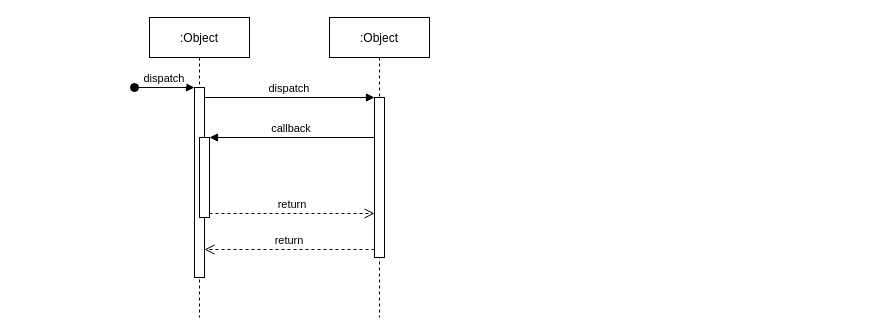
Above: Untitled Diagram.drawio in manju956/trusted-compute-framework (draw.io), before the change. Source tidied: cells renumbered, new cells numbered last; positions are measured from the earlier drawing's top-left corner, leaving out a move shared by most shapes. Both pictures are drawn from the tidied source at 100%, with x=0, y=0 at pixel (134, 17).
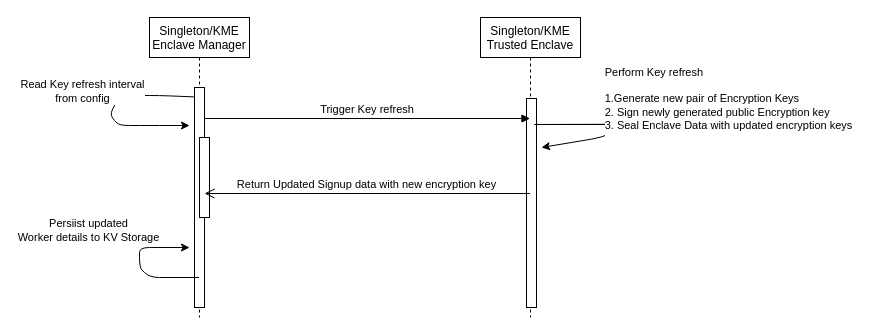
The same diagram, later.

Commit message:
Sequence diagram for key refresh

The change refers to these unchanged cells:
```xml
<mxCell id="5" style="points=[];perimeter=orthogonalPerimeter;rounded=0;shadow=0;strokeWidth=1;" parent="2" vertex="1">
  <mxGeometry x="50" y="120" width="10" height="80" as="geometry" />
</mxCell>
```

Diff of the diagram source:
```diff
@@
-    <mxCell id="2" value=":Object" style="shape=umlLifeline;perimeter=lifelinePerimeter;rounded=0;shadow=0;strokeWidth=1;" parent="1" vertex="1">
+    <mxCell id="2" value="Singleton/KME&#10;Enclave Manager" style="shape=umlLifeline;perimeter=lifelinePerimeter;rounded=0;shadow=0;strokeWidth=1;" parent="1" vertex="1">
       <mxGeometry x="15" width="100" height="300" as="geometry" />
     </mxCell>
     <mxCell id="3" style="points=[];perimeter=orthogonalPerimeter;rounded=0;shadow=0;strokeWidth=1;" parent="2" vertex="1">
-      <mxGeometry x="45" y="70" width="10" height="190" as="geometry" />
+      <mxGeometry x="45" y="70" width="10" height="220" as="geometry" />
     </mxCell>
-    <mxCell id="4" value="dispatch" style="verticalAlign=bottom;startArrow=oval;endArrow=block;startSize=8;shadow=0;strokeWidth=1;" parent="2" edge="1" target="3">
-      <mxGeometry relative="1" as="geometry">
-        <mxPoint x="-15" y="70" as="sourcePoint" />
-      </mxGeometry>
-    </mxCell>
@@
-    <mxCell id="6" value=":Object" style="shape=umlLifeline;perimeter=lifelinePerimeter;rounded=0;shadow=0;strokeWidth=1;" parent="1" vertex="1">
-      <mxGeometry x="195" width="100" height="300" as="geometry" />
+    <mxCell id="6" value="Singleton/KME&#10;Trusted Enclave" style="shape=umlLifeline;perimeter=lifelinePerimeter;rounded=0;shadow=0;strokeWidth=1;" parent="1" vertex="1">
+      <mxGeometry x="346" width="100" height="300" as="geometry" />
     </mxCell>
     <mxCell id="7" style="points=[];perimeter=orthogonalPerimeter;rounded=0;shadow=0;strokeWidth=1;" parent="6" vertex="1">
-      <mxGeometry x="45" y="80" width="10" height="160" as="geometry" />
+      <mxGeometry x="46" y="81" width="10" height="209" as="geometry" />
     </mxCell>
-    <mxCell id="8" value="return" style="verticalAlign=bottom;endArrow=open;dashed=1;endSize=8;exitX=0;exitY=0.95;shadow=0;strokeWidth=1;" parent="1" edge="1" source="7" target="3">
-      <mxGeometry relative="1" as="geometry" />
+    <mxCell id="8" value="Return Updated Signup data with new encryption key" style="verticalAlign=bottom;endArrow=open;endSize=8;shadow=0;strokeWidth=1;" parent="1" edge="1">
+      <mxGeometry relative="1" as="geometry">
+        <mxPoint x="395.5" y="176" as="sourcePoint" />
+        <mxPoint x="70" y="176" as="targetPoint" />
+      </mxGeometry>
     </mxCell>
-    <mxCell id="9" value="dispatch" style="verticalAlign=bottom;endArrow=block;entryX=0;entryY=0;shadow=0;strokeWidth=1;" parent="1" edge="1" source="3" target="7">
-      <mxGeometry relative="1" as="geometry" />
+    <mxCell id="9" value="Trigger Key refresh" style="verticalAlign=bottom;endArrow=block;shadow=0;strokeWidth=1;" parent="1" edge="1" target="6">
+      <mxGeometry relative="1" as="geometry">
+        <mxPoint x="70" y="101" as="sourcePoint" />
+      </mxGeometry>
     </mxCell>
-    <mxCell id="10" value="callback" style="verticalAlign=bottom;endArrow=block;entryX=1;entryY=0;shadow=0;strokeWidth=1;" parent="1" edge="1" source="7" target="5">
-      <mxGeometry relative="1" as="geometry" />
-    </mxCell>
-    <mxCell id="11" value="return" style="verticalAlign=bottom;endArrow=open;dashed=1;endSize=8;exitX=1;exitY=0.95;shadow=0;strokeWidth=1;" parent="1" edge="1" source="5" target="7">
-      <mxGeometry relative="1" as="geometry" />
-    </mxCell>
+    <mxCell id="12" style="endArrow=classic;html=1;exitX=0.447;exitY=0.238;exitDx=0;exitDy=0;exitPerimeter=0;" parent="1" edge="1">
+      <mxGeometry relative="1" as="geometry">
+        <mxPoint x="59.7" y="79.4" as="sourcePoint" />
+        <mxPoint x="55" y="108" as="targetPoint" />
+        <Array as="points">
+          <mxPoint x="25" y="78" />
+          <mxPoint x="-15" y="78" />
+          <mxPoint x="-25" y="98" />
+          <mxPoint x="-15" y="108" />
+          <mxPoint x="15" y="108" />
+        </Array>
+      </mxGeometry>
+    </mxCell>
+    <mxCell id="13" value="Read Key refresh interval&lt;br&gt;from config" style="edgeLabel;html=1;align=center;verticalAlign=middle;" parent="12" vertex="1">
+      <mxGeometry relative="1" as="geometry">
+        <mxPoint x="-30" y="-19" as="offset" />
+      </mxGeometry>
+    </mxCell>
+    <mxCell id="14" style="endArrow=classic;html=1;exitX=0.56;exitY=0.356;exitDx=0;exitDy=0;exitPerimeter=0;" parent="1" edge="1">
+      <mxGeometry relative="1" as="geometry">
+        <mxPoint x="474" y="106.8" as="sourcePoint" />
+        <mxPoint x="407" y="130" as="targetPoint" />
+        <Array as="points">
+          <mxPoint x="395" y="107" />
+          <mxPoint x="497" y="107" />
+          <mxPoint x="467" y="120" />
+        </Array>
+      </mxGeometry>
+    </mxCell>
+    <mxCell id="15" value="&lt;div style=&quot;text-align: left&quot;&gt;Perform Key refresh&lt;/div&gt;&lt;div style=&quot;text-align: left&quot;&gt;&lt;br&gt;&lt;/div&gt;&lt;div style=&quot;text-align: left&quot;&gt;1.Generate new pair of Encryption Keys&lt;/div&gt;&lt;div style=&quot;text-align: left&quot;&gt;2. Sign newly generated public Encryption key&lt;/div&gt;&lt;div style=&quot;text-align: left&quot;&gt;3. Seal Enclave Data with updated encryption keys&lt;/div&gt;&lt;div style=&quot;text-align: left&quot;&gt;&lt;br&gt;&lt;/div&gt;" style="edgeLabel;html=1;align=center;verticalAlign=middle;" parent="14" vertex="1">
+      <mxGeometry relative="1" as="geometry">
+        <mxPoint x="140.4" y="-19.9" as="offset" />
+      </mxGeometry>
+    </mxCell>
+    <mxCell id="16" style="endArrow=classic;html=1;" parent="1" edge="1" source="2">
+      <mxGeometry relative="1" as="geometry">
+        <mxPoint x="55" y="230" as="targetPoint" />
+        <Array as="points">
+          <mxPoint x="15" y="260" />
+          <mxPoint x="5" y="250" />
+          <mxPoint x="5" y="230" />
+        </Array>
+      </mxGeometry>
+    </mxCell>
+    <mxCell id="17" value="Persiist updated&lt;br&gt;Worker details to KV Storage" style="edgeLabel;html=1;align=center;verticalAlign=middle;" parent="16" vertex="1">
+      <mxGeometry relative="1" as="geometry">
+        <mxPoint x="-52" y="-34" as="offset" />
+      </mxGeometry>
+    </mxCell>
```
